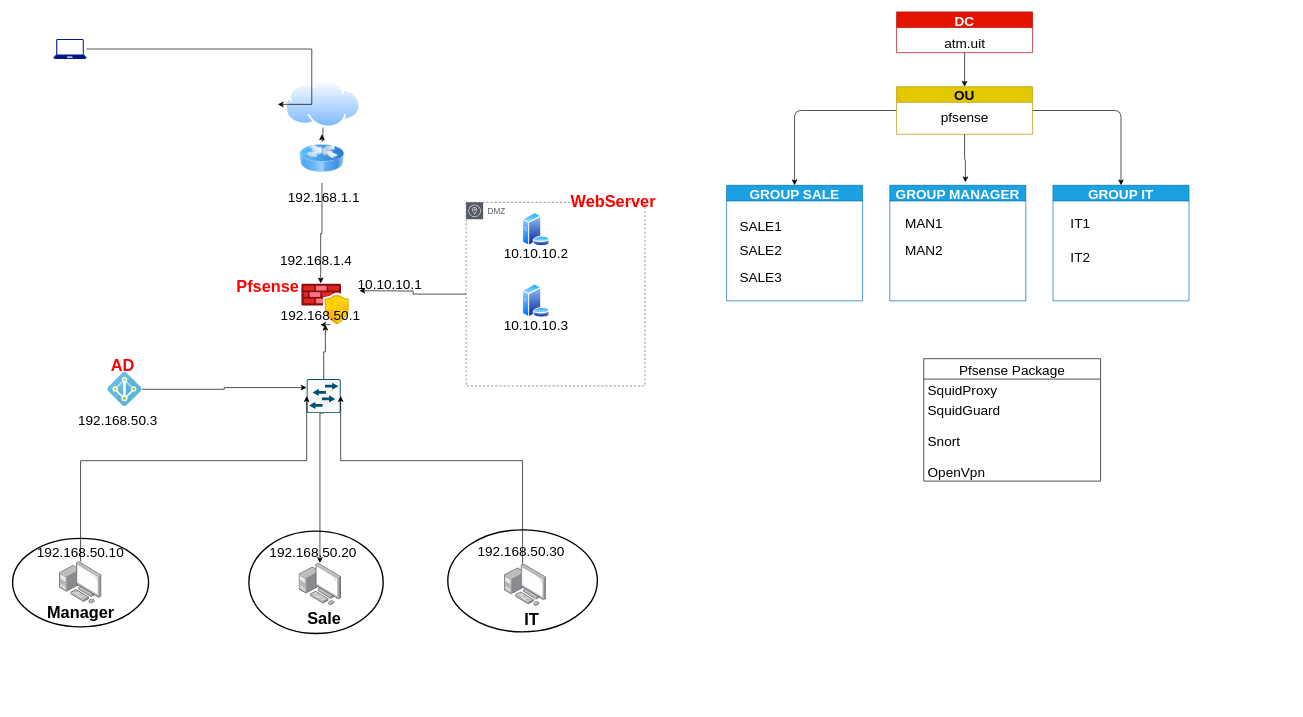
The draw.io diagram pfsense.drawio in LNOI/pfsense, before the edit. Source tidied: cells renumbered, new cells numbered last; positions are measured from the earlier drawing's top-left corner, leaving out a move shared by most shapes. Both pictures are drawn from the tidied source at 68%, with x=0, y=0 at pixel (12, 12).
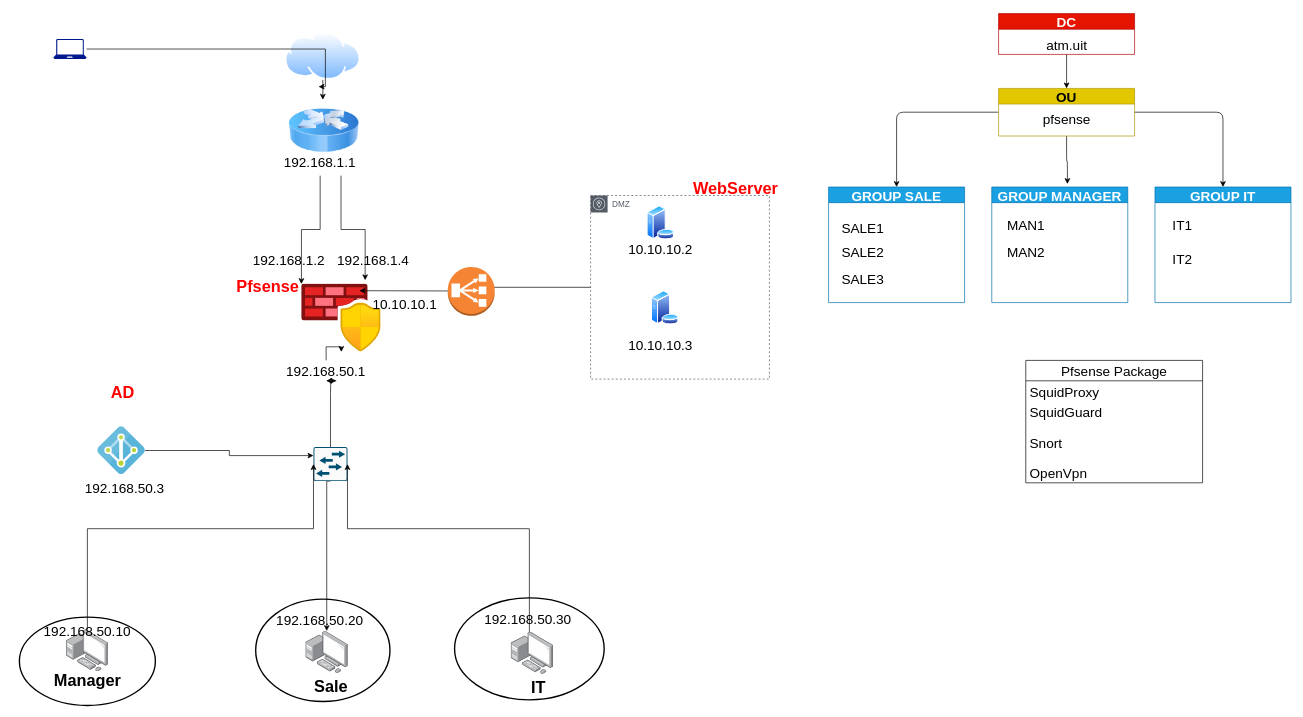
The same diagram, later.

Unchanged cells that the change refers to:
```xml
<mxCell id="20" style="sketch=0;shadow=0;dashed=0;html=1;strokeColor=none;labelPosition=center;verticalLabelPosition=bottom;verticalAlign=top;align=center;fillColor=#00188D;shape=mxgraph.azure.laptop;" parent="1" vertex="1">
  <mxGeometry x="60" y="40" width="48.8" height="29.2" as="geometry" />
</mxCell>
```

Diff of the diagram source:
```diff
@@
     <mxCell id="2" style="strokeWidth=2;html=1;shape=mxgraph.flowchart.start_1;whiteSpace=wrap;rounded=0;sketch=0;fontSize=20;" parent="1" vertex="1">
-      <mxGeometry x="640" y="761.7" width="220" height="150" as="geometry" />
+      <mxGeometry x="650" y="861.7" width="220" height="150" as="geometry" />
     </mxCell>
     <mxCell id="3" style="strokeWidth=2;html=1;shape=mxgraph.flowchart.start_1;whiteSpace=wrap;rounded=0;sketch=0;fontSize=20;" parent="1" vertex="1">
-      <mxGeometry x="347.5" y="763.6" width="197.5" height="150.5" as="geometry" />
+      <mxGeometry x="357.5" y="863.6" width="197.5" height="150.5" as="geometry" />
     </mxCell>
     <mxCell id="4" style="strokeWidth=2;html=1;shape=mxgraph.flowchart.start_1;whiteSpace=wrap;rounded=0;sketch=0;fontSize=20;" parent="1" vertex="1">
-      <mxGeometry y="774.3" width="200" height="130" as="geometry" />
+      <mxGeometry x="10" y="890" width="200" height="130" as="geometry" />
     </mxCell>
     <mxCell id="5" style="edgeStyle=orthogonalEdgeStyle;rounded=0;jettySize=auto;html=1;" parent="1" edge="1" source="6" target="18">
-      <mxGeometry relative="1" as="geometry" />
+      <mxGeometry relative="1" as="geometry">
+        <Array as="points">
+          <mxPoint x="464.4" y="49.2" />
+          <mxPoint x="464.4" y="49.2" />
+        </Array>
+      </mxGeometry>
     </mxCell>
     <mxCell id="6" style="perimeter=ellipsePerimeter;html=1;align=center;shadow=0;dashed=0;spacingTop=3;image;image=img/lib/active_directory/internet_cloud.svg;" parent="1" vertex="1">
-      <mxGeometry x="400.8" y="100" width="111.1" height="70" as="geometry" />
+      <mxGeometry x="400.7" y="30" width="111.1" height="70" as="geometry" />
     </mxCell>
     <mxCell id="7" style="html=1;points=[];align=center;image;fontSize=12;image=img/lib/azure2/networking/Azure_Firewall_Manager.svg;" parent="1" vertex="1">
-      <mxGeometry x="425" y="400" width="70" height="60" as="geometry" />
+      <mxGeometry x="425" y="400" width="116.7" height="100" as="geometry" />
     </mxCell>
     <mxCell id="8" style="points=[];html=1;align=center;shadow=0;dashed=0;image;image=img/lib/allied_telesis/computer_and_terminals/Personal_Computer_with_Server.svg;" parent="1" vertex="1">
-      <mxGeometry x="421.1" y="810.5" width="62.4" height="62.4" as="geometry" />
+      <mxGeometry x="431.1" y="910.5" width="62.4" height="62.4" as="geometry" />
     </mxCell>
     <mxCell id="9" style="perimeter=ellipsePerimeter;html=1;align=center;shadow=0;dashed=0;spacingTop=3;image;image=img/lib/active_directory/database_server.svg;" parent="1" vertex="1">
-      <mxGeometry x="749.5" y="295" width="41" height="50" as="geometry" />
+      <mxGeometry x="932.5" y="285" width="41" height="50" as="geometry" />
     </mxCell>
@@
     <mxCell id="11" value="DMZ" style="sketch=0;outlineConnect=0;gradientColor=none;html=1;whiteSpace=wrap;fontSize=12;fontStyle=0;shape=mxgraph.aws4.group;grIcon=mxgraph.aws4.group_availability_zone;strokeColor=#545B64;fillColor=none;verticalAlign=top;align=left;spacingLeft=30;fontColor=#545B64;dashed=1;" parent="1" vertex="1">
-      <mxGeometry x="667" y="280" width="263" height="270" as="geometry" />
+      <mxGeometry x="850" y="270" width="263" height="270" as="geometry" />
     </mxCell>
-    <mxCell id="12" style="edgeStyle=orthogonalEdgeStyle;rounded=0;jettySize=auto;html=1;" parent="1" edge="1" source="14" target="7">
-      <mxGeometry relative="1" as="geometry" />
+    <mxCell id="12" style="edgeStyle=orthogonalEdgeStyle;rounded=0;jettySize=auto;html=1;entryX=0.75;entryY=1;entryDx=0;entryDy=0;" parent="1" edge="1" source="14" target="31">
+      <mxGeometry relative="1" as="geometry">
+        <Array as="points">
+          <mxPoint x="468" y="560" />
+          <mxPoint x="468" y="560" />
+        </Array>
+      </mxGeometry>
     </mxCell>
     <mxCell id="13" style="edgeStyle=orthogonalEdgeStyle;rounded=0;jettySize=auto;html=1;exitX=0.5;exitY=1;exitDx=0;exitDy=0;exitPerimeter=0;" parent="1" edge="1" source="14" target="8">
       <mxGeometry relative="1" as="geometry">
         <Array as="points">
-          <mxPoint x="452" y="590" />
+          <mxPoint x="462" y="690" />
         </Array>
       </mxGeometry>
     </mxCell>
     <mxCell id="14" style="sketch=0;points=[[0.015,0.015,0],[0.985,0.015,0],[0.985,0.985,0],[0.015,0.985,0],[0.25,0,0],[0.5,0,0],[0.75,0,0],[1,0.25,0],[1,0.5,0],[1,0.75,0],[0.75,1,0],[0.5,1,0],[0.25,1,0],[0,0.75,0],[0,0.5,0],[0,0.25,0]];verticalLabelPosition=bottom;html=1;verticalAlign=top;align=center;shape=mxgraph.cisco19.rect;prIcon=l2_switch;fillColor=#FAFAFA;strokeColor=#005073;" parent="1" vertex="1">
-      <mxGeometry x="432.5" y="540" width="50" height="50" as="geometry" />
+      <mxGeometry x="442.5" y="640" width="50" height="50" as="geometry" />
     </mxCell>
@@
     <mxCell id="16" style="sketch=0;html=1;points=[];align=center;image;fontSize=12;image=img/lib/mscae/Active_Directory.svg;" parent="1" vertex="1">
-      <mxGeometry x="140" y="530" width="50" height="50" as="geometry" />
+      <mxGeometry x="125" y="610" width="70" height="70" as="geometry" />
     </mxCell>
-    <mxCell id="17" style="edgeStyle=orthogonalEdgeStyle;rounded=0;jettySize=auto;html=1;entryX=0.402;entryY=-0.012;entryDx=0;entryDy=0;entryPerimeter=0;" parent="1" edge="1" source="18" target="7">
-      <mxGeometry relative="1" as="geometry" />
-    </mxCell>
     <mxCell id="18" style="image;html=1;image=img/lib/clip_art/networking/Router_Icon_128x128.png;" parent="1" vertex="1">
-      <mxGeometry x="422.5" y="180" width="65" height="71.5" as="geometry" />
+      <mxGeometry x="406.3" y="129.2" width="103" height="90.8" as="geometry" />
     </mxCell>
     <mxCell id="19" style="edgeStyle=orthogonalEdgeStyle;rounded=0;jettySize=auto;html=1;" parent="1" edge="1" source="20">
       <mxGeometry relative="1" as="geometry">
-        <mxPoint x="390" y="136" as="targetPoint" />
+        <mxPoint x="450" y="110" as="targetPoint" />
         <Array as="points">
-          <mxPoint x="440" y="55" />
-          <mxPoint x="440" y="136" />
+          <mxPoint x="460" y="55" />
+          <mxPoint x="460" y="110" />
         </Array>
       </mxGeometry>
     </mxCell>
@@
     <mxCell id="21" style="edgeStyle=orthogonalEdgeStyle;rounded=0;jettySize=auto;html=1;entryX=1;entryY=0.5;entryDx=0;entryDy=0;entryPerimeter=0;" parent="1" edge="1" source="22" target="14">
       <mxGeometry relative="1" as="geometry">
         <Array as="points">
-          <mxPoint x="750" y="660" />
-          <mxPoint x="483" y="660" />
+          <mxPoint x="760" y="760" />
+          <mxPoint x="493" y="760" />
         </Array>
       </mxGeometry>
     </mxCell>
     <mxCell id="22" style="points=[];html=1;align=center;shadow=0;dashed=0;image;image=img/lib/allied_telesis/computer_and_terminals/Personal_Computer_with_Server.svg;" parent="1" vertex="1">
-      <mxGeometry x="723" y="811.7" width="62.4" height="62.4" as="geometry" />
+      <mxGeometry x="733" y="911.7" width="62.4" height="62.4" as="geometry" />
     </mxCell>
     <mxCell id="23" style="edgeStyle=orthogonalEdgeStyle;rounded=0;jettySize=auto;html=1;entryX=0;entryY=0.5;entryDx=0;entryDy=0;entryPerimeter=0;" parent="1" edge="1" source="24" target="14">
       <mxGeometry relative="1" as="geometry">
         <Array as="points">
-          <mxPoint x="100" y="660" />
-          <mxPoint x="433" y="660" />
+          <mxPoint x="110" y="760" />
+          <mxPoint x="443" y="760" />
         </Array>
       </mxGeometry>
     </mxCell>
     <mxCell id="24" style="points=[];html=1;align=center;shadow=0;dashed=0;image;image=img/lib/allied_telesis/computer_and_terminals/Personal_Computer_with_Server.svg;" parent="1" vertex="1">
-      <mxGeometry x="68.8" y="808.1" width="62.4" height="62.4" as="geometry" />
+      <mxGeometry x="78.8" y="908.1" width="62.4" height="62.4" as="geometry" />
     </mxCell>
     <mxCell id="25" value="AD&amp;nbsp;" style="text;strokeColor=none;fillColor=none;html=1;fontSize=24;fontStyle=1;verticalAlign=middle;align=center;fontColor=#FF0000;" parent="1" vertex="1">
-      <mxGeometry x="130" y="500" width="70" height="40" as="geometry" />
+      <mxGeometry x="130" y="540" width="70" height="40" as="geometry" />
     </mxCell>
@@
     <mxCell id="27" value="WebServer" style="text;strokeColor=none;fillColor=none;html=1;fontSize=24;fontStyle=1;verticalAlign=middle;align=center;fontColor=#FF0000;" parent="1" vertex="1">
-      <mxGeometry x="833" y="260" width="100" height="40" as="geometry" />
+      <mxGeometry x="1013" y="240" width="100" height="40" as="geometry" />
     </mxCell>
     <mxCell id="28" value="Manager" style="text;strokeColor=none;fillColor=none;html=1;fontSize=24;fontStyle=1;verticalAlign=middle;align=center;rounded=0;sketch=0;" parent="1" vertex="1">
-      <mxGeometry x="50" y="864.3" width="100" height="40" as="geometry" />
+      <mxGeometry x="60" y="964.3" width="100" height="40" as="geometry" />
     </mxCell>
     <mxCell id="29" value="Sale" style="text;strokeColor=none;fillColor=none;html=1;fontSize=24;fontStyle=1;verticalAlign=middle;align=center;rounded=0;sketch=0;" parent="1" vertex="1">
-      <mxGeometry x="407.9" y="872.9" width="100" height="40" as="geometry" />
+      <mxGeometry x="417.9" y="972.9" width="100" height="40" as="geometry" />
     </mxCell>
     <mxCell id="30" value="IT" style="text;strokeColor=none;fillColor=none;html=1;fontSize=24;fontStyle=1;verticalAlign=middle;align=center;rounded=0;sketch=0;" parent="1" vertex="1">
-      <mxGeometry x="713" y="874.1" width="100" height="40" as="geometry" />
+      <mxGeometry x="723" y="974.1" width="100" height="40" as="geometry" />
     </mxCell>
+    <mxCell id="67" style="edgeStyle=orthogonalEdgeStyle;rounded=0;jettySize=auto;html=1;" parent="1" edge="1" source="31" target="7">
+      <mxGeometry relative="1" as="geometry" />
+    </mxCell>
     <mxCell id="31" value="192.168.50.1" style="text;html=1;strokeColor=none;fillColor=none;align=center;verticalAlign=middle;whiteSpace=wrap;rounded=0;sketch=0;fontSize=20;" parent="1" vertex="1">
-      <mxGeometry x="422.5" y="430" width="60" height="30" as="geometry" />
+      <mxGeometry x="431.1" y="512.5" width="60" height="30" as="geometry" />
     </mxCell>
     <mxCell id="32" value="192.168.1.4" style="text;html=1;strokeColor=none;fillColor=none;align=center;verticalAlign=middle;whiteSpace=wrap;rounded=0;sketch=0;fontSize=20;" parent="1" vertex="1">
-      <mxGeometry x="410" y="345" width="72.5" height="40" as="geometry" />
+      <mxGeometry x="493.5" y="345" width="72.5" height="40" as="geometry" />
     </mxCell>
     <mxCell id="33" value="10.10.10.1" style="text;html=1;strokeColor=none;fillColor=none;align=center;verticalAlign=middle;whiteSpace=wrap;rounded=0;sketch=0;fontSize=20;" parent="1" vertex="1">
-      <mxGeometry x="520" y="380" width="70" height="40" as="geometry" />
+      <mxGeometry x="541.7" y="410" width="70" height="40" as="geometry" />
     </mxCell>
     <mxCell id="34" value="10.10.10.2" style="text;html=1;strokeColor=none;fillColor=none;align=center;verticalAlign=middle;whiteSpace=wrap;rounded=0;sketch=0;fontSize=20;" parent="1" vertex="1">
-      <mxGeometry x="735" y="325" width="70" height="60" as="geometry" />
+      <mxGeometry x="918" y="320" width="70" height="55" as="geometry" />
     </mxCell>
     <mxCell id="35" value="192.168.50.3&lt;br&gt;" style="text;html=1;strokeColor=none;fillColor=none;align=center;verticalAlign=middle;whiteSpace=wrap;rounded=0;sketch=0;fontSize=20;" parent="1" vertex="1">
-      <mxGeometry x="70" y="570" width="170" height="60" as="geometry" />
+      <mxGeometry x="80" y="670" width="170" height="60" as="geometry" />
     </mxCell>
     <mxCell id="36" value="192.168.50.10&lt;span style=&quot;color: rgba(0 , 0 , 0 , 0) ; font-family: monospace ; font-size: 0px&quot;&gt;3CmxGraphModel%3E%3Croot%3E%3CmxCell%20id%3D%220%22%2F%3E%3CmxCell%20id%3D%221%22%20parent%3D%220%22%2F%3E%3CmxCell%20id%3D%222%22%20value%3D%22192.168.50.3%26lt%3Bbr%26gt%3B%22%20style%3D%22text%3Bhtml%3D1%3BstrokeColor%3Dnone%3BfillColor%3Dnone%3Balign%3Dcenter%3BverticalAlign%3Dmiddle%3BwhiteSpace%3Dwrap%3Brounded%3D0%3Bsketch%3D0%3BfontSize%3D20%3B%22%20vertex%3D%221%22%20parent%3D%221%22%3E%3CmxGeometry%20x%3D%22330%22%20y%3D%22590%22%20width%3D%22170%22%20height%3D%2260%22%20as%3D%22geometry%22%2F%3E%3C%2FmxCell%3E%3C%2Froot%3E%3C%2FmxGraphModel%3E&lt;/span&gt;" style="text;html=1;strokeColor=none;fillColor=none;align=center;verticalAlign=middle;whiteSpace=wrap;rounded=0;sketch=0;fontSize=20;" parent="1" vertex="1">
-      <mxGeometry x="15" y="764.3" width="170" height="60" as="geometry" />
+      <mxGeometry x="25" y="880" width="170" height="60" as="geometry" />
     </mxCell>
     <mxCell id="37" value="192.168.50.20&lt;br&gt;" style="text;html=1;strokeColor=none;fillColor=none;align=center;verticalAlign=middle;whiteSpace=wrap;rounded=0;sketch=0;fontSize=20;" parent="1" vertex="1">
-      <mxGeometry x="357.2" y="764.3" width="170" height="60" as="geometry" />
+      <mxGeometry x="367.2" y="864.3" width="170" height="60" as="geometry" />
     </mxCell>
     <mxCell id="38" value="192.168.50.30" style="text;html=1;strokeColor=none;fillColor=none;align=center;verticalAlign=middle;whiteSpace=wrap;rounded=0;sketch=0;fontSize=20;" parent="1" vertex="1">
-      <mxGeometry x="663" y="761.7" width="170" height="60" as="geometry" />
+      <mxGeometry x="673" y="861.7" width="170" height="60" as="geometry" />
     </mxCell>
+    <mxCell id="68" style="edgeStyle=orthogonalEdgeStyle;rounded=0;jettySize=auto;html=1;entryX=0.801;entryY=-0.054;entryDx=0;entryDy=0;entryPerimeter=0;" parent="1" edge="1" source="39" target="7">
+      <mxGeometry relative="1" as="geometry">
+        <Array as="points">
+          <mxPoint x="483" y="320" />
+          <mxPoint x="519" y="320" />
+        </Array>
+      </mxGeometry>
+    </mxCell>
+    <mxCell id="69" style="edgeStyle=orthogonalEdgeStyle;rounded=0;jettySize=auto;html=1;entryX=-0.002;entryY=0.002;entryDx=0;entryDy=0;entryPerimeter=0;" parent="1" edge="1" source="39" target="7">
+      <mxGeometry relative="1" as="geometry">
+        <Array as="points">
+          <mxPoint x="452" y="320" />
+          <mxPoint x="425" y="320" />
+        </Array>
+      </mxGeometry>
+    </mxCell>
     <mxCell id="39" value="192.168.1.1" style="text;html=1;strokeColor=none;fillColor=none;align=center;verticalAlign=middle;whiteSpace=wrap;rounded=0;sketch=0;fontSize=20;" parent="1" vertex="1">
-      <mxGeometry x="392.9" y="251.5" width="129.9" height="40" as="geometry" />
+      <mxGeometry x="387.3" y="200.8" width="129.9" height="40" as="geometry" />
     </mxCell>
     <mxCell id="40" value="DC" style="swimlane;rounded=0;sketch=0;fontSize=20;fillColor=#e51400;strokeColor=#B20000;fontColor=#ffffff;" parent="1" vertex="1">
-      <mxGeometry x="1300" width="200" height="60" as="geometry" />
+      <mxGeometry x="1450" y="2.5" width="200" height="60" as="geometry" />
     </mxCell>
@@
     <mxCell id="45" value="OU" style="swimlane;rounded=0;sketch=0;fontSize=20;fillColor=#e3c800;strokeColor=#B09500;fontColor=#000000;" parent="1" vertex="1">
-      <mxGeometry x="1300" y="110" width="200" height="70" as="geometry" />
+      <mxGeometry x="1450" y="112.5" width="200" height="70" as="geometry" />
     </mxCell>
@@
     <mxCell id="48" value="GROUP SALE" style="swimlane;rounded=0;sketch=0;fontSize=20;fillColor=#1ba1e2;fontColor=#ffffff;strokeColor=#006EAF;" parent="1" vertex="1">
-      <mxGeometry x="1050" y="255" width="200" height="170" as="geometry" />
+      <mxGeometry x="1200" y="257.5" width="200" height="170" as="geometry" />
     </mxCell>
@@
     <mxCell id="52" value="GROUP MANAGER" style="swimlane;rounded=0;sketch=0;fontSize=20;fillColor=#1ba1e2;fontColor=#ffffff;strokeColor=#006EAF;" parent="1" vertex="1">
-      <mxGeometry x="1290" y="255" width="200" height="170" as="geometry" />
+      <mxGeometry x="1440" y="257.5" width="200" height="170" as="geometry" />
     </mxCell>
@@
     <mxCell id="55" value="GROUP IT" style="swimlane;rounded=0;sketch=0;fontSize=20;fillColor=#1ba1e2;fontColor=#ffffff;strokeColor=#006EAF;" parent="1" vertex="1">
-      <mxGeometry x="1530" y="255" width="200" height="170" as="geometry" />
+      <mxGeometry x="1680" y="257.5" width="200" height="170" as="geometry" />
     </mxCell>
@@
     <mxCell id="58" value="Pfsense Package" style="swimlane;fontStyle=0;horizontal=1;startSize=30;rounded=0;sketch=0;fontSize=20;" parent="1" vertex="1">
-      <mxGeometry x="1340" y="510" width="260" height="180" as="geometry" />
+      <mxGeometry x="1490" y="512.5" width="260" height="180" as="geometry" />
     </mxCell>
@@
     <mxCell id="65" style="perimeter=ellipsePerimeter;html=1;align=center;shadow=0;dashed=0;spacingTop=3;image;image=img/lib/active_directory/database_server.svg;" parent="1" vertex="1">
-      <mxGeometry x="749.5" y="400" width="41" height="50" as="geometry" />
+      <mxGeometry x="939" y="410" width="41" height="50" as="geometry" />
     </mxCell>
     <mxCell id="66" value="10.10.10.3" style="text;html=1;strokeColor=none;fillColor=none;align=center;verticalAlign=middle;whiteSpace=wrap;rounded=0;sketch=0;fontSize=20;" parent="1" vertex="1">
-      <mxGeometry x="735" y="430" width="70" height="60" as="geometry" />
+      <mxGeometry x="918" y="460" width="70" height="60" as="geometry" />
     </mxCell>
+    <mxCell id="70" style="dashed=0;verticalLabelPosition=bottom;verticalAlign=top;align=center;html=1;shape=mxgraph.aws3.classic_load_balancer;fillColor=#F58534;gradientColor=none;" parent="1" vertex="1">
+      <mxGeometry x="640" y="375" width="69" height="72" as="geometry" />
+    </mxCell>
+    <mxCell id="71" value="192.168.1.2" style="text;html=1;strokeColor=none;fillColor=none;align=center;verticalAlign=middle;whiteSpace=wrap;rounded=0;sketch=0;fontSize=20;" parent="1" vertex="1">
+      <mxGeometry x="370" y="345" width="72.5" height="40" as="geometry" />
+    </mxCell>
```
